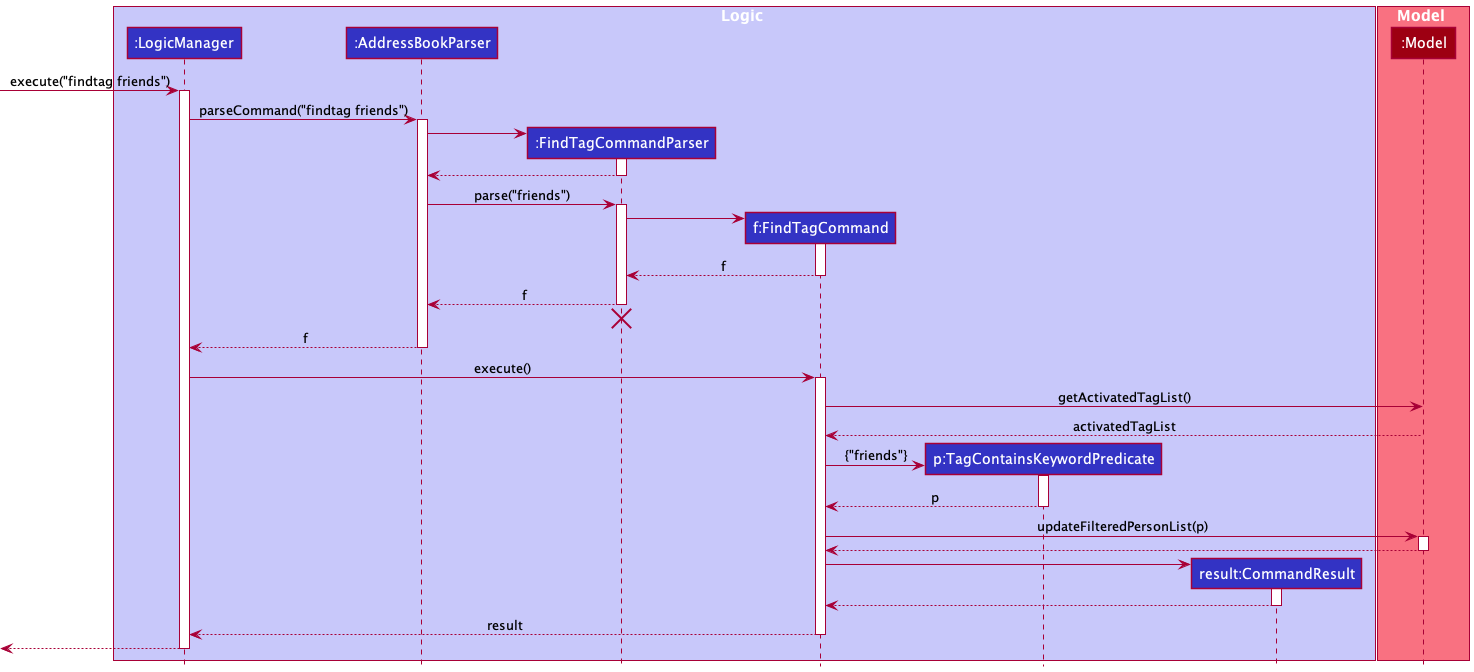
This is docs/images/FindTagSequenceDiagram.png from weijuey/tp, a PlantUML export, as it was before one commit.
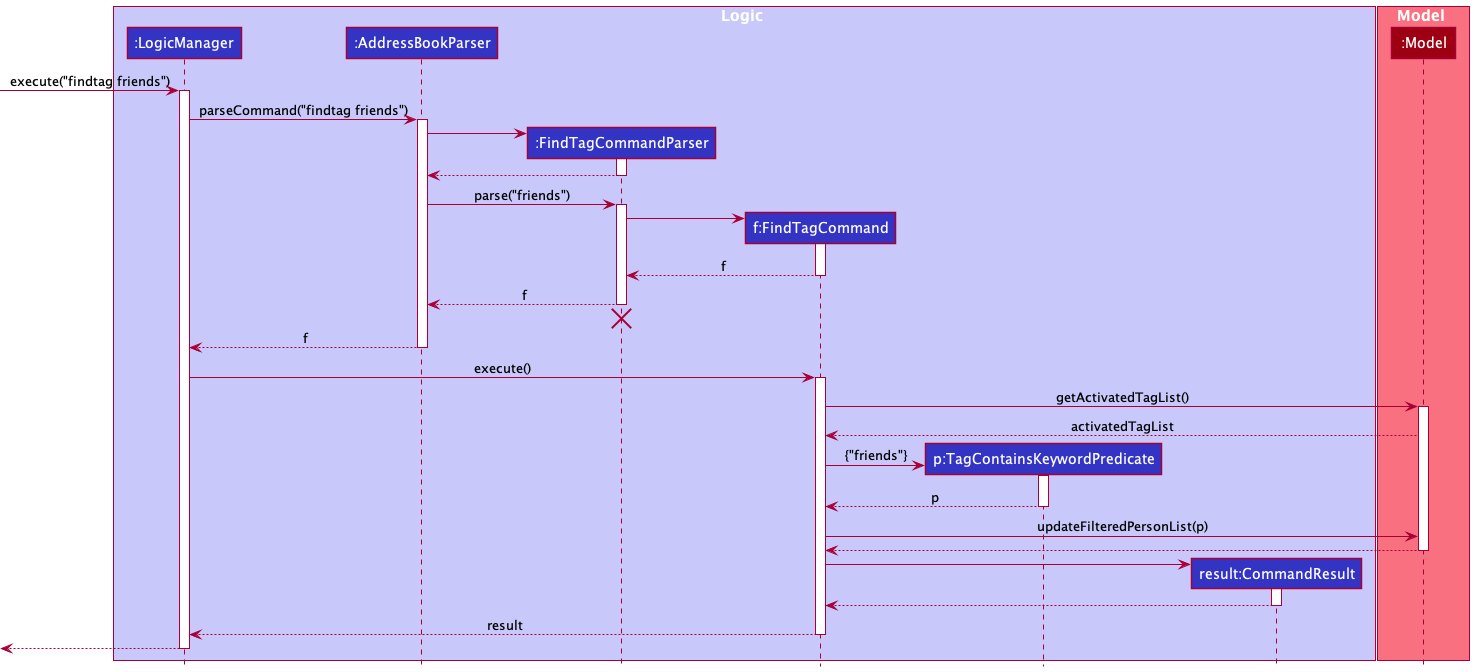
The same diagram one commit later.

Commit message:
Update sequence diagram picture for find tag

Diff of the diagram source:
```diff
@@ -50,18 +50,19 @@
 activate FindTagCommand
 
 FindTagCommand -> Model : getActivatedTagList()
+activate Model
 
 Model --> FindTagCommand : activatedTagList
 
 create TagContainsKeywordPredicate
 FindTagCommand -> TagContainsKeywordPredicate : {"friends"}
+
 activate TagContainsKeywordPredicate
 TagContainsKeywordPredicate --> FindTagCommand : p
 deactivate TagContainsKeywordPredicate
 
 
 FindTagCommand -> Model : updateFilteredPersonList(p)
-activate Model
 
 Model --> FindTagCommand
 deactivate Model
```
